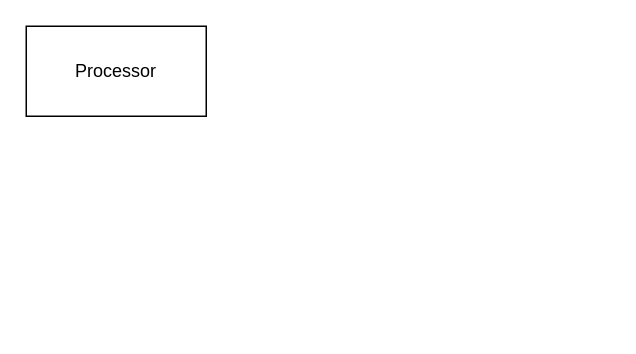
Above: Untitled Diagram.drawio in AlexanderChiuy/AlexanderChiuy (draw.io), before the change. Source tidied: cells renumbered, new cells numbered last; positions are measured from the earlier drawing's top-left corner, leaving out a move shared by most shapes. Both pictures are drawn from the tidied source at 150%, with x=0, y=0 at pixel (26, 26).
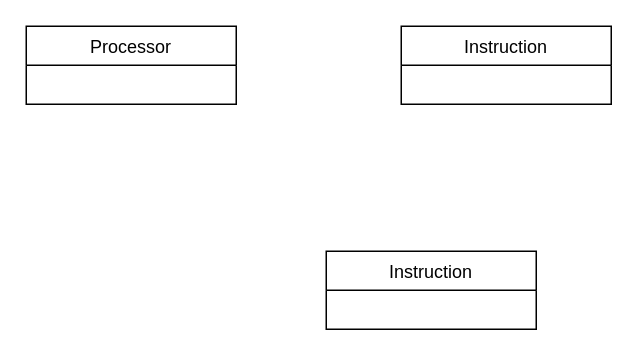
After the change.

Diff of the diagram source:
```diff
@@
 <mxGraphModel>
   <root>
     <mxCell id="0" />
     <mxCell id="1" parent="0" />
-    <mxCell id="2" value="Processor" style="rounded=0;whiteSpace=wrap;html=1;" parent="1" vertex="1">
-      <mxGeometry width="120" height="60" as="geometry" />
+    <mxCell id="2" value="Processor" style="swimlane;fontStyle=0;horizontal=1;startSize=26;fillColor=none;" parent="1" vertex="1">
+      <mxGeometry width="140" height="52" as="geometry" />
     </mxCell>
+    <mxCell id="3" value="Instruction" style="swimlane;fontStyle=0;horizontal=1;startSize=26;fillColor=none;" parent="1" vertex="1">
+      <mxGeometry x="250" width="140" height="52" as="geometry" />
+    </mxCell>
+    <mxCell id="4" value="Instruction" style="swimlane;fontStyle=0;horizontal=1;startSize=26;fillColor=none;" parent="1" vertex="1">
+      <mxGeometry x="200" y="150" width="140" height="52" as="geometry" />
+    </mxCell>
   </root>
 </mxGraphModel>
```
